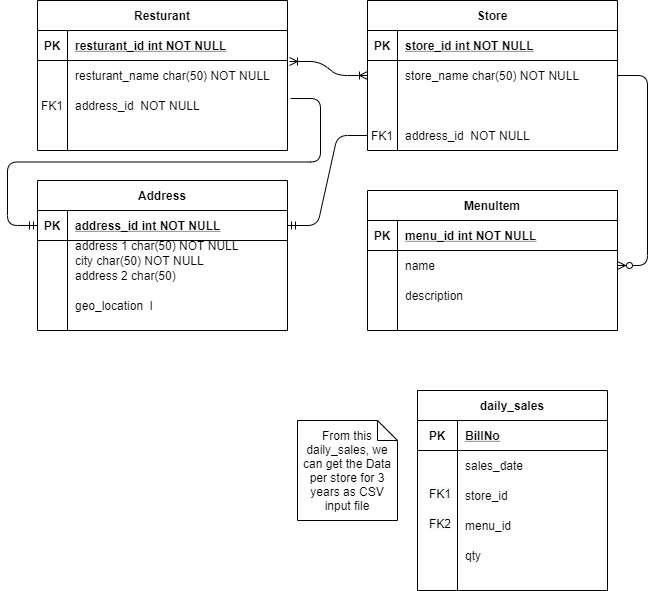
The draw.io diagram architecture_diagram/ER_Diagram.png in baratamramprasad/fastfoodchain, before a commit. Source tidied: cells renumbered, new cells last; positions are measured from the earlier drawing's top-left corner, leaving out a move shared by most shapes.
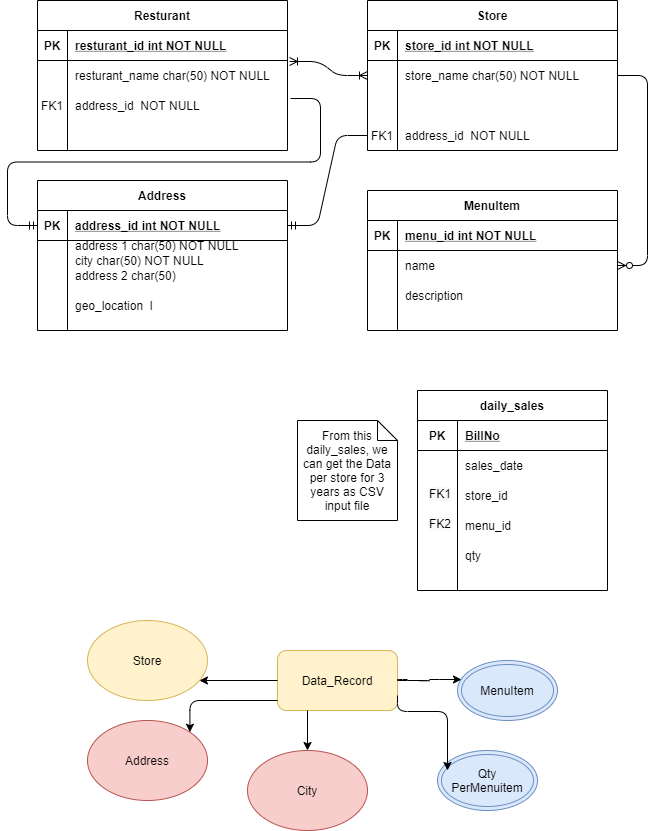
Later version of the same file.

What changed in the source:
```diff
@@ -203,5 +203,51 @@
     <mxCell id="68" value="qty" style="shape=partialRectangle;fillColor=none;top=0;left=0;bottom=0;right=0;align=left;spacingLeft=6;overflow=hidden;" parent="66" vertex="1">
       <mxGeometry x="40" width="150" height="30" as="geometry" />
     </mxCell>
+    <mxCell id="69" value="Data_Record" style="rounded=1;whiteSpace=wrap;html=1;fillColor=#fff2cc;strokeColor=#d6b656;" parent="1" vertex="1">
+      <mxGeometry x="240" y="650" width="120" height="60" as="geometry" />
+    </mxCell>
+    <mxCell id="70" value="Store" style="ellipse;whiteSpace=wrap;html=1;fillColor=#fff2cc;strokeColor=#d6b656;" parent="1" vertex="1">
+      <mxGeometry x="50" y="620" width="120" height="80" as="geometry" />
+    </mxCell>
+    <mxCell id="71" value="Address" style="ellipse;whiteSpace=wrap;html=1;fillColor=#f8cecc;strokeColor=#b85450;" parent="1" vertex="1">
+      <mxGeometry x="50" y="720" width="120" height="80" as="geometry" />
+    </mxCell>
+    <mxCell id="72" value="City" style="ellipse;whiteSpace=wrap;html=1;fillColor=#f8cecc;strokeColor=#b85450;" parent="1" vertex="1">
+      <mxGeometry x="210" y="750" width="120" height="80" as="geometry" />
+    </mxCell>
+    <mxCell id="73" value="MenuItem" style="ellipse;shape=doubleEllipse;whiteSpace=wrap;html=1;fillColor=#dae8fc;strokeColor=#6c8ebf;" parent="1" vertex="1">
+      <mxGeometry x="420" y="660" width="100" height="60" as="geometry" />
+    </mxCell>
+    <mxCell id="74" value="Qty PerMenuitem" style="ellipse;shape=doubleEllipse;whiteSpace=wrap;html=1;fillColor=#dae8fc;strokeColor=#6c8ebf;" parent="1" vertex="1">
+      <mxGeometry x="400" y="750" width="100" height="60" as="geometry" />
+    </mxCell>
+    <mxCell id="75" style="edgeStyle=segmentEdgeStyle;endArrow=classic;html=1;" parent="1" edge="1" source="69" target="70">
+      <mxGeometry relative="1" as="geometry" />
+    </mxCell>
+    <mxCell id="76" style="edgeStyle=segmentEdgeStyle;endArrow=classic;html=1;entryX=0.04;entryY=0.317;entryDx=0;entryDy=0;entryPerimeter=0;" parent="1" edge="1" target="73">
+      <mxGeometry relative="1" as="geometry">
+        <mxPoint x="370" y="679" as="sourcePoint" />
+        <Array as="points">
+          <mxPoint x="360" y="679" />
+          <mxPoint x="360" y="680" />
+          <mxPoint x="392" y="680" />
+          <mxPoint x="392" y="679" />
+        </Array>
+      </mxGeometry>
+    </mxCell>
+    <mxCell id="77" style="edgeStyle=segmentEdgeStyle;endArrow=classic;html=1;exitX=0.25;exitY=1;exitDx=0;exitDy=0;entryX=0.5;entryY=0;entryDx=0;entryDy=0;" parent="1" edge="1" source="69" target="72">
+      <mxGeometry relative="1" as="geometry" />
+    </mxCell>
+    <mxCell id="78" style="edgeStyle=segmentEdgeStyle;endArrow=classic;html=1;exitX=1;exitY=0.75;exitDx=0;exitDy=0;entryX=0.1;entryY=0.333;entryDx=0;entryDy=0;entryPerimeter=0;" parent="1" edge="1" source="69" target="74">
+      <mxGeometry relative="1" as="geometry">
+        <Array as="points">
+          <mxPoint x="360" y="711" />
+          <mxPoint x="410" y="711" />
+        </Array>
+      </mxGeometry>
+    </mxCell>
+    <mxCell id="79" style="edgeStyle=segmentEdgeStyle;endArrow=classic;html=1;entryX=1;entryY=0;entryDx=0;entryDy=0;exitX=0;exitY=0.833;exitDx=0;exitDy=0;exitPerimeter=0;" parent="1" edge="1" source="69" target="71">
+      <mxGeometry relative="1" as="geometry" />
+    </mxCell>
   </root>
 </mxGraphModel>
```
